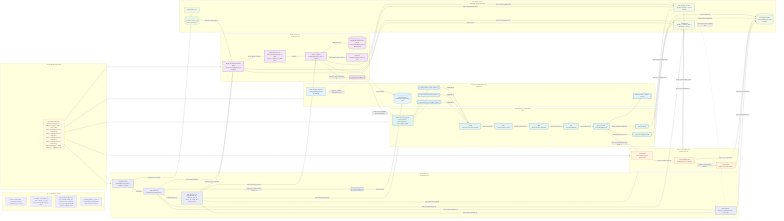
EsosaOrumwese/fraud-detection-system keeps this Mermaid diagram as docs/design/platform/dev_full/graph/readiness/dev_full_platform_network_production_ready_current_v0.mermaid.png. Above is the earlier version. Its source is kept beside it as docs/design/platform/dev_full/graph/readiness/dev_full_platform_network_production_ready_current_v0.mermaid.mmd.
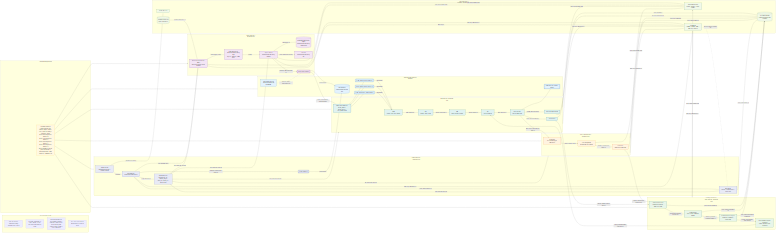
After the change.

Diff of the diagram source:
```diff
@@ -8,12 +8,12 @@
   subgraph LEGEND["How to Read This Graph"]
     L1["Only the currently promoted working-platform core is shown"]
     L2["If a plane, component, or path is absent, it is not part of the ready-network claim"]
-    L3["The promoted network now includes RTDL and coupled Case + Label on top of the already-green Control + Ingress base"]
-    L4["Learning and Ops / Gov / Meta remain absent until their own phases close"]
+    L3["The promoted network now includes Learning + Evolution / MLOps on top of the already-green Control + Ingress + RTDL + Case + Label base"]
+    L4["Ops / Gov / Meta remains absent until its own phase closes"]
   end
 
   subgraph READYNOTE["Current Working Platform"]
-    NOTE["Currently promoted working-platform core:<br>Control + Ingress + RTDL + Case + Label<br>Phase 0 closed green on 2026-03-10<br>Phase 1 closed green on 2026-03-11<br>Phase 3 closed green on 2026-03-11<br>Phase 4 closed green on 2026-03-12<br>Declared envelope: 3000 steady eps / 6000 burst eps"]
+    NOTE["Currently promoted working-platform core:<br>Control + Ingress + RTDL + Case + Label + Learning + Evolution / MLOps<br>Phase 0 closed green on 2026-03-10<br>Phase 1 closed green on 2026-03-11<br>Phase 3 closed green on 2026-03-11<br>Phase 4 closed green on 2026-03-12<br>Phase 5 and Phase 6 closed green on 2026-03-12<br>Declared envelope: 3000 steady eps / 6000 burst eps"]
   end
 
   subgraph CONTROL["Control Network - Promoted Core"]
@@ -50,6 +50,13 @@
     LS["Label Store<br>authoritative label truth"]
   end
 
+  subgraph LEARNING["Learning + Evolution / MLOps Network - Promoted Core"]
+    OFS["Offline Feature Plane<br>authoritative dataset admission / build"]
+    MF["Model Factory<br>train / eval / candidate bundle"]
+    MPR["Model Promotion + Registry<br>promotion / rollback / active truth"]
+    DFREG["Decision Fabric registry resolution<br>fraud + baseline scope resolution"]
+  end
+
   subgraph TRANSPORT["Promoted Event Transport Boundary"]
     MSK[("MSK Serverless<br>fraud-platform-dev-full-msk")]
     GLUEREG["Glue Schema Registry<br>fraud-platform-dev-full<br>BACKWARD"]
@@ -71,6 +78,7 @@
   NOTE --> INGRESS
   NOTE --> RTDL
   NOTE --> CASELABEL
+  NOTE --> LEARNING
   NOTE --> TRANSPORT
 
   GHA -->|authenticates through| OIDC
@@ -113,20 +121,31 @@
   DL -->|emits case-worthy decision truth to| CTRIG
   CTRIG -->|opens or reuses cases in| CM
   CM -->|commits authoritative labels to| LS
+  LS -->|supplies authoritative supervision to| OFS
+  ARCH -->|supplies runtime archive truth to| OFS
+  OFS -->|materializes bounded datasets for| MF
+  MF -->|publishes governed candidate bundle to| MPR
+  MPR -->|resolves active bundle truth through| DFREG
+  DFREG -->|feeds governed bundle truth back to| DF
   ARCH -->|stores evidence in| EVID
   DLA -->|stores proof continuity in| EVID
   CM -->|stores case evidence in| EVID
   LS -->|stores label evidence in| EVID
+  OFS -->|stores dataset evidence in| EVID
+  MF -->|stores train/eval evidence in| EVID
+  MPR -->|stores promotion/rollback evidence in| EVID
   RUNCTL -->|stores proof receipts in| EVID
 
   IGLAMBDA -->|reads active handles from| SSM
   WSP -->|reads active handles from| SSM
   RTDL -->|reads active handles from| SSM
   CASELABEL -->|reads active handles from| SSM
+  LEARNING -->|reads active handles from| SSM
   IGLAMBDA -->|emits logs and metrics to| CW
   WSP -->|emits logs to| CW
   RTDL -->|emits logs and metrics to| CW
   CASELABEL -->|emits logs and metrics to| CW
+  LEARNING -->|emits logs and metrics to| CW
   SFN -->|emits logs and metrics to| CW
   CW -. exposes operator visibility for .-> RUNCTL
 
@@ -135,6 +154,7 @@
   classDef ingress fill:#f3e5f5,stroke:#6a1b9a,color:#111,stroke-width:1.3px;
   classDef rtdl fill:#e0f2f1,stroke:#00695c,color:#111,stroke-width:1.3px;
   classDef caselabel fill:#fff3e0,stroke:#ef6c00,color:#111,stroke-width:1.3px;
+  classDef learning fill:#e8f5e9,stroke:#2e7d32,color:#111,stroke-width:1.3px;
   classDef transport fill:#e3f2fd,stroke:#1565c0,color:#111,stroke-width:1.3px;
   classDef support fill:#f1f8e9,stroke:#558b2f,color:#111,stroke-width:1.3px;
 
@@ -143,5 +163,6 @@
   class WSP,HTTPAPI,IGLAMBDA,IGDLQ,IGDDB,TTRAFFIC ingress;
   class RINTAKE,CSFB,IEG,OFP,DF,DL,DLA,ARCH rtdl;
   class CTRIG,CM,LS caselabel;
+  class OFS,MF,MPR,DFREG learning;
   class MSK,GLUEREG,TCTXA,TCTXE,TFLOW,TDEC transport;
   class OIDC,SSM,OBJ,EVID,CW support;
```
